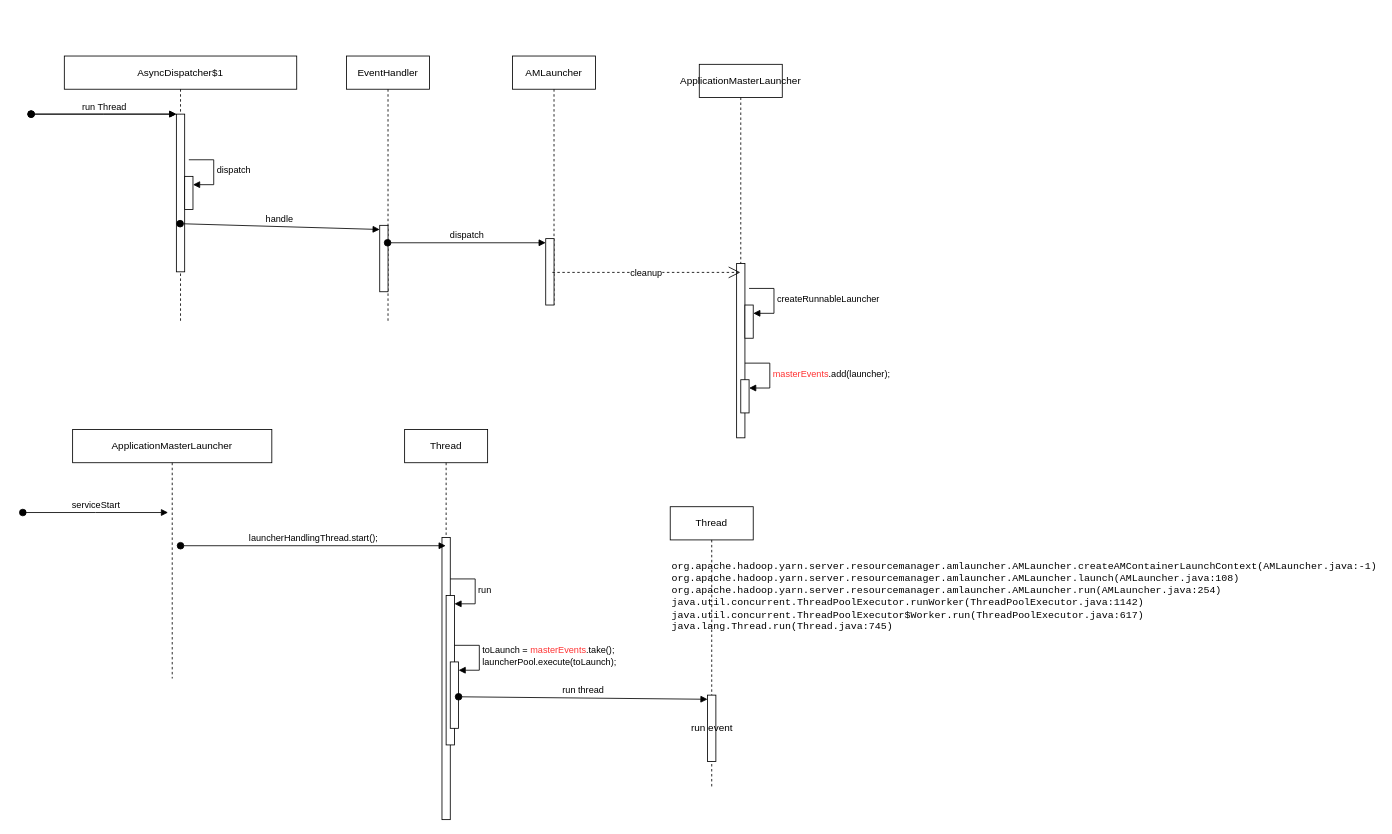
Before: hadoop-yarn.drawio in 1561316811/Temp, a draw.io diagram. Source tidied: cells renumbered, new cells numbered last; positions are measured from the earlier drawing's top-left corner, leaving out a move shared by most shapes. Both pictures are drawn from the tidied source at 83%, with x=0, y=0 at pixel (22, 56).
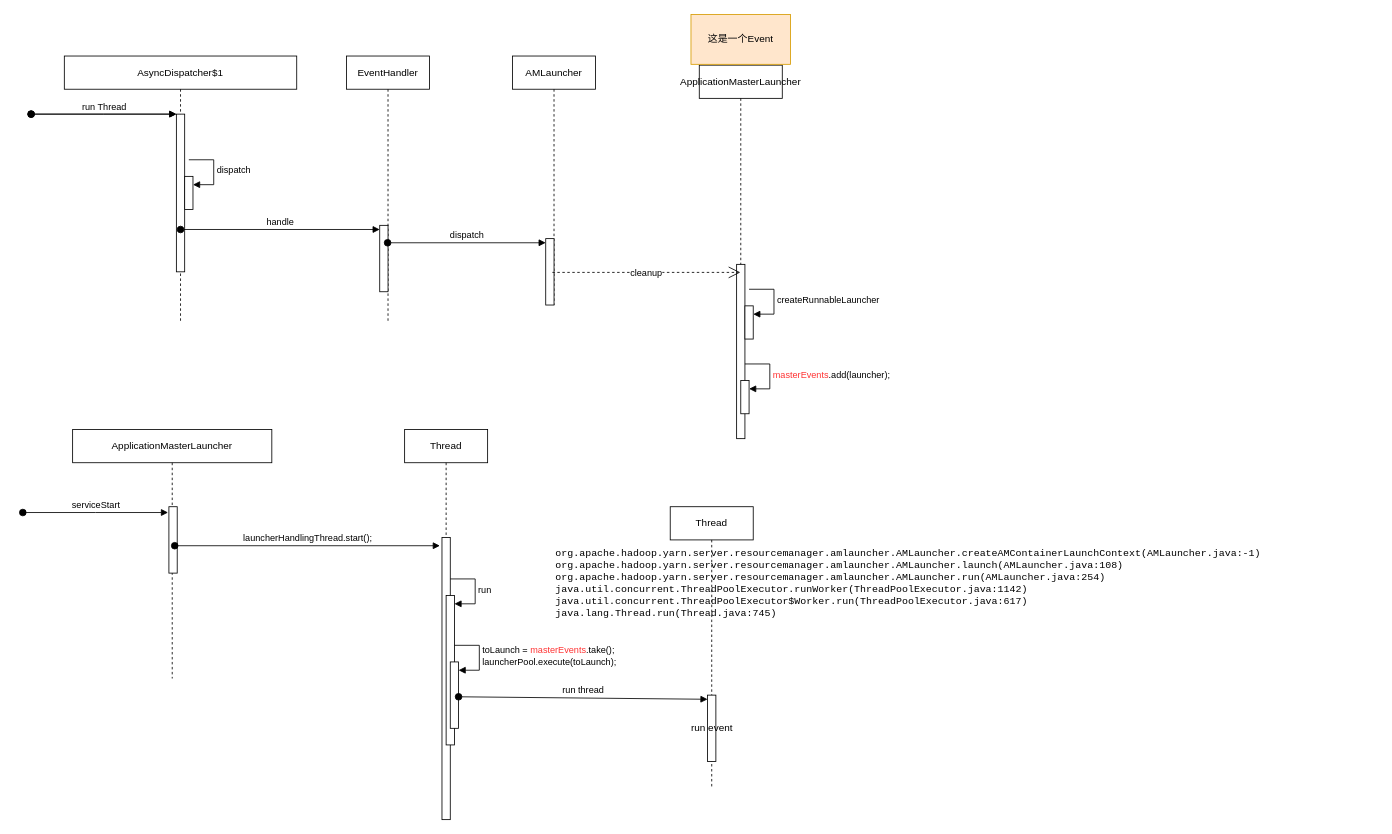
After the change.

The change refers to these unchanged cells:
```xml
<mxCell id="8" style="html=1;points=[[0,0,0,0,5],[0,1,0,0,-5],[1,0,0,0,5],[1,1,0,0,-5]];perimeter=orthogonalPerimeter;outlineConnect=0;targetShapes=umlLifeline;portConstraint=eastwest;newEdgeStyle={&quot;curved&quot;:0,&quot;rounded&quot;:0};" parent="7" vertex="1">
  <mxGeometry x="40" y="204" width="10" height="80" as="geometry" />
</mxCell>
<mxCell id="20" value="ApplicationMasterLauncher" style="shape=umlLifeline;whiteSpace=wrap;html=1;newEdgeStyle={&quot;curved&quot;:0,&quot;rounded&quot;:0};perimeter=rectanglePerimeter;targetShapes=umlLifeline;participant=label;" parent="1" vertex="1">
  <mxGeometry x="60" y="450" width="240" height="300" as="geometry" />
</mxCell>
<mxCell id="23" value="Thread" style="shape=umlLifeline;perimeter=lifelinePerimeter;whiteSpace=wrap;html=1;outlineConnect=0;portConstraint=eastwest;newEdgeStyle={&quot;curved&quot;:0,&quot;rounded&quot;:0};" parent="1" vertex="1">
  <mxGeometry x="460" y="450" width="100" height="470" as="geometry" />
</mxCell>
```

The edit, as a diff of the source:
```diff
@@
     <mxCell id="9" value="handle" style="html=1;verticalAlign=bottom;startArrow=oval;endArrow=block;startSize=8;curved=0;rounded=0;entryX=0;entryY=0;entryDx=0;entryDy=5;entryPerimeter=0;" parent="1" edge="1" target="8">
       <mxGeometry relative="1" as="geometry">
-        <mxPoint x="189.5" y="202" as="sourcePoint" />
+        <mxPoint x="190" y="209" as="sourcePoint" />
       </mxGeometry>
     </mxCell>
@@
     <mxCell id="13" value="ApplicationMasterLauncher" style="shape=umlLifeline;perimeter=lifelinePerimeter;whiteSpace=wrap;html=1;outlineConnect=0;portConstraint=eastwest;newEdgeStyle={&quot;curved&quot;:0,&quot;rounded&quot;:0};" parent="1" vertex="1">
-      <mxGeometry x="815" y="10" width="100" height="450" as="geometry" />
+      <mxGeometry x="815" y="11" width="100" height="450" as="geometry" />
     </mxCell>
@@
+    <mxCell id="34" style="html=1;perimeter=orthogonalPerimeter;targetShapes=umlLifeline;newEdgeStyle={&quot;curved&quot;:0,&quot;rounded&quot;:0};" parent="20" vertex="1">
+      <mxGeometry x="116" y="93" width="10" height="80" as="geometry" />
+    </mxCell>
@@
-    <mxCell id="29" value="launcherHandlingThread.start();" style="html=1;verticalAlign=bottom;startArrow=oval;startFill=1;endArrow=block;startSize=8;curved=0;rounded=0;" parent="1" edge="1" target="23">
+    <mxCell id="29" value="launcherHandlingThread.start();" style="html=1;verticalAlign=bottom;startArrow=oval;startFill=1;endArrow=block;startSize=8;curved=0;rounded=0;" parent="1" edge="1">
       <mxGeometry relative="1" as="geometry">
-        <mxPoint x="190" y="590" as="sourcePoint" />
+        <mxPoint x="183" y="590" as="sourcePoint" />
+        <mxPoint x="502.5" y="590" as="targetPoint" />
       </mxGeometry>
     </mxCell>
@@
     <mxCell id="33" value="&lt;pre&gt;org.apache.hadoop.yarn.server.resourcemanager.amlauncher.AMLauncher.createAMContainerLaunchContext(AMLauncher.java:-1)&#10;org.apache.hadoop.yarn.server.resourcemanager.amlauncher.AMLauncher.launch(AMLauncher.java:108)&#10;org.apache.hadoop.yarn.server.resourcemanager.amlauncher.AMLauncher.run(AMLauncher.java:254)&#10;java.util.concurrent.ThreadPoolExecutor.runWorker(ThreadPoolExecutor.java:1142)&#10;java.util.concurrent.ThreadPoolExecutor$Worker.run(ThreadPoolExecutor.java:617)&#10;java.lang.Thread.run(Thread.java:745)&lt;/pre&gt;" style="text;whiteSpace=wrap;html=1;" parent="1" vertex="1">
-      <mxGeometry x="780" y="590" width="560" height="150" as="geometry" />
+      <mxGeometry x="640" y="574" width="870" height="150" as="geometry" />
     </mxCell>
+    <mxCell id="35" value="这是一个Event" style="rounded=0;whiteSpace=wrap;html=1;fillColor=#ffe6cc;strokeColor=#d79b00;" parent="1" vertex="1">
+      <mxGeometry x="805" y="-50" width="120" height="60" as="geometry" />
+    </mxCell>
```
